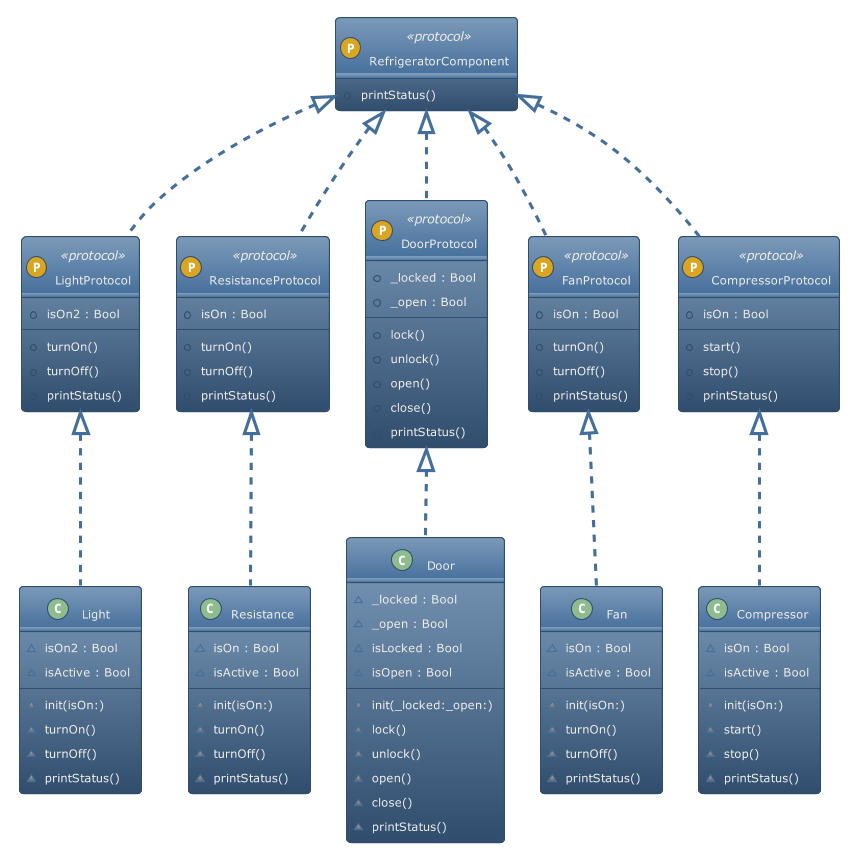
This is Diagramas/clasesComponents.png from antonianemi/CoolManager, a PlantUML export, as it was before one commit. Source of this version:
```plantuml
@startuml
!theme spacelab
!define PLANTUML_OUTPUT_DIR ./Snapshops
hide empty members
skinparam shadowing false


class "LightProtocol" as LightProtocol << (P, GoldenRod) protocol >> {
  +isOn2 : Bool
  +turnOn()
  +turnOff()
  +printStatus()
}
class "ResistanceProtocol" as ResistanceProtocol << (P, GoldenRod) protocol >> {
  +isOn : Bool
  +turnOn()
  +turnOff()
  +printStatus()
}
class "DoorProtocol" as DoorProtocol << (P, GoldenRod) protocol >> {
  +_locked : Bool
  +_open : Bool
  +lock()
  +unlock()
  +open()
  +close()
  +printStatus()
}
class "RefrigeratorComponent" as RefrigeratorComponent << (P, GoldenRod) protocol >> {
  +printStatus()
}
class "FanProtocol" as FanProtocol << (P, GoldenRod) protocol >> {
  +isOn : Bool
  +turnOn()
  +turnOff()
  +printStatus()
}
class "CompressorProtocol" as CompressorProtocol << (P, GoldenRod) protocol >> {
  +isOn : Bool
  +start()
  +stop()
  +printStatus()
}
class "Resistance" as Resistance << (C, DarkSeaGreen) >> {
  ~isOn : Bool
  ~init(isOn:)
  ~isActive : Bool
  ~turnOn()
  ~turnOff()
  ~printStatus()
}
class "Compressor" as Compressor << (C, DarkSeaGreen) >> {
  ~isOn : Bool
  ~init(isOn:)
  ~isActive : Bool
  ~start()
  ~stop()
  ~printStatus()
}
class "Light" as Light << (C, DarkSeaGreen) >> {
  ~isOn2 : Bool
  ~init(isOn:)
  ~isActive : Bool
  ~turnOn()
  ~turnOff()
  ~printStatus()
}
class "Fan" as Fan << (C, DarkSeaGreen) >> {
  ~isOn : Bool
  ~init(isOn:)
  ~isActive : Bool
  ~turnOn()
  ~turnOff()
  ~printStatus()
}
class "Door" as Door << (C, DarkSeaGreen) >> {
  ~_locked : Bool
  ~_open : Bool
  ~init(_locked:_open:)
  ~isLocked : Bool
  ~isOpen : Bool
  ~lock()
  ~unlock()
  ~open()
  ~close()
  ~printStatus()
}
RefrigeratorComponent <|.. LightProtocol : inherits
RefrigeratorComponent <|.. ResistanceProtocol : inherits
RefrigeratorComponent <|.. DoorProtocol : inherits
RefrigeratorComponent <|.. FanProtocol : conforms to
RefrigeratorComponent <|.. CompressorProtocol : conforms to
ResistanceProtocol <|.. Resistance : conforms to
CompressorProtocol <|.. Compressor : conforms to
LightProtocol <|.. Light : conforms to
FanProtocol <|.. Fan : conforms to
DoorProtocol <|.. Door : conforms to

@enduml
```
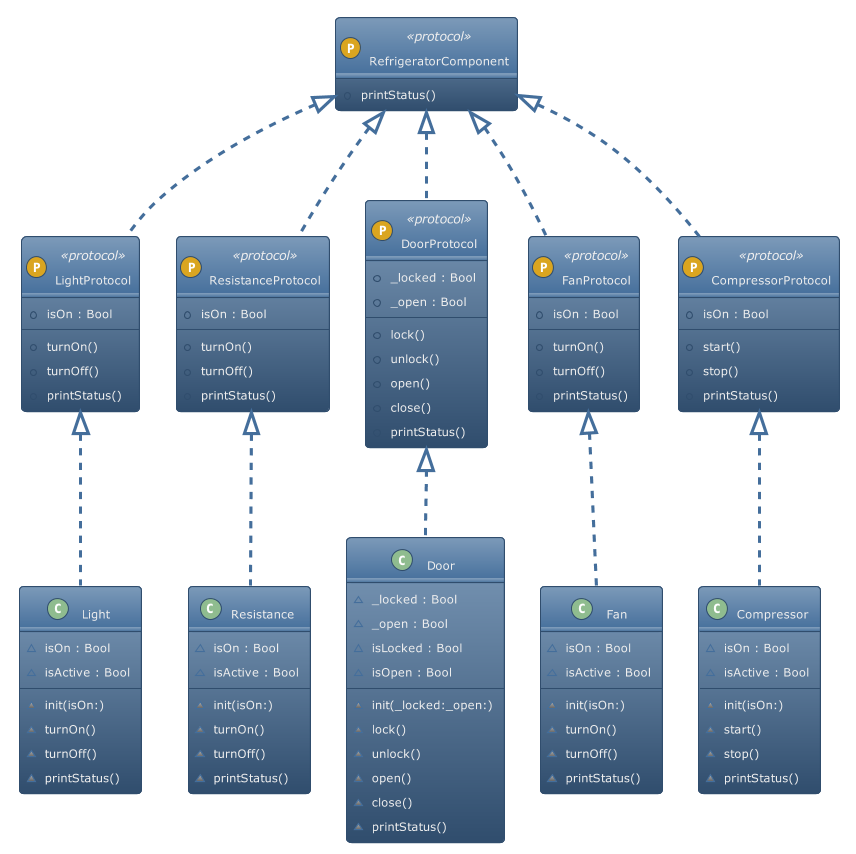
Later version of the same file.

What changed in the source:
```diff
@@ -6,7 +6,7 @@
 
 
 class "LightProtocol" as LightProtocol << (P, GoldenRod) protocol >> {
-  +isOn2 : Bool
+  +isOn : Bool
   +turnOn()
   +turnOff()
   +printStatus()
@@ -58,7 +58,7 @@
   ~printStatus()
 }
 class "Light" as Light << (C, DarkSeaGreen) >> {
-  ~isOn2 : Bool
+  ~isOn : Bool
   ~init(isOn:)
   ~isActive : Bool
   ~turnOn()
```
